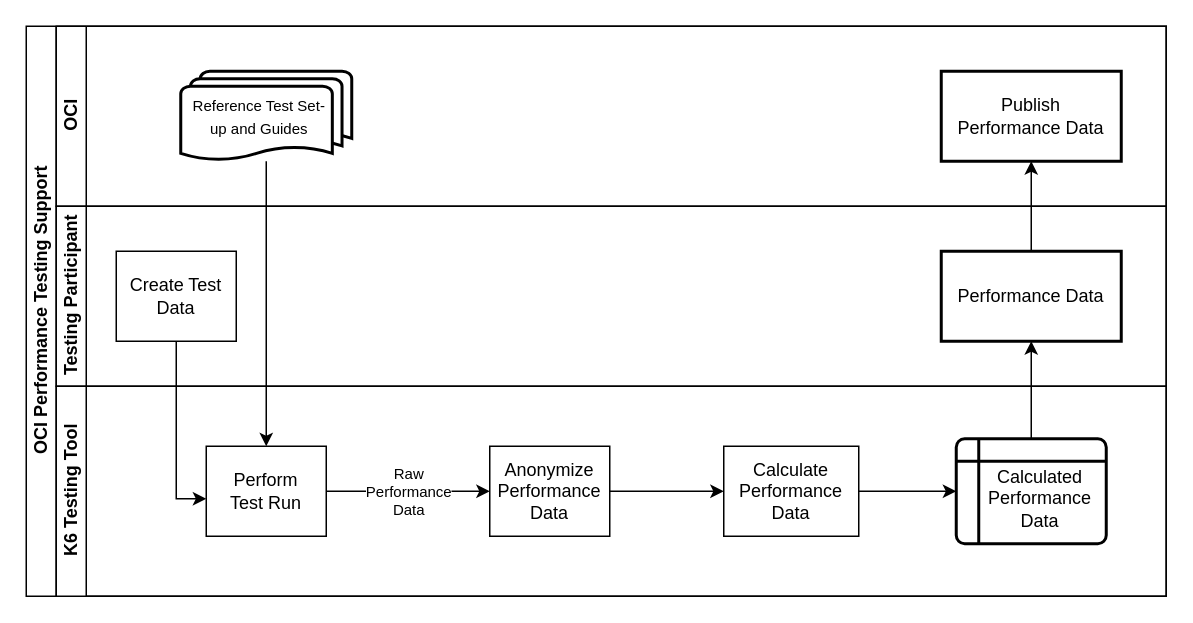
Before: content/assets/Reference Set-up for Performance Testing.drawio in Open-Credentialing-Initiative/OCI-Governance, a draw.io diagram. Source tidied: cells renumbered, new cells numbered last; positions are measured from the earlier drawing's top-left corner, leaving out a move shared by most shapes. Both pictures are drawn from the tidied source at 150%, with x=0, y=0 at pixel (26, 26).
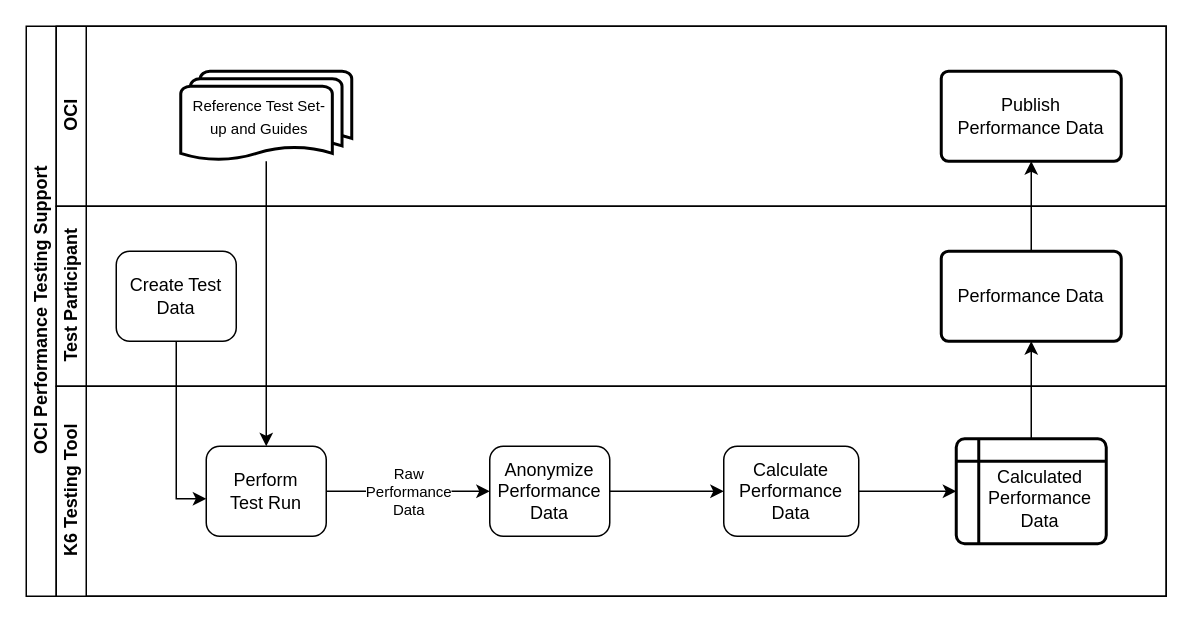
The same page after the edit.

The change refers to these unchanged cells:
```xml
<mxCell id="2" value="OCI Performance Testing Support" style="swimlane;html=1;horizontal=0;startSize=20;" parent="1" vertex="1">
  <mxGeometry width="760" height="380" as="geometry" />
</mxCell>
<mxCell id="3" value="OCI" style="swimlane;html=1;startSize=20;horizontal=0;" parent="2" vertex="1">
  <mxGeometry x="20" width="740" height="120" as="geometry" />
</mxCell>
<mxCell id="9" value="K6 Testing Tool" style="swimlane;html=1;startSize=20;horizontal=0;" parent="2" vertex="1">
  <mxGeometry x="20" y="240" width="740" height="140" as="geometry" />
</mxCell>
```

Diff of the diagram source:
```diff
@@
-    <mxCell id="5" value="Publish&lt;div&gt;Performance Data&lt;/div&gt;" style="whiteSpace=wrap;html=1;rounded=0;arcSize=8;strokeWidth=2;spacingLeft=0;spacingTop=0;" parent="3" vertex="1">
+    <mxCell id="5" value="Publish&lt;div&gt;Performance Data&lt;/div&gt;" style="whiteSpace=wrap;html=1;rounded=1;arcSize=8;strokeWidth=2;spacingLeft=0;spacingTop=0;" parent="3" vertex="1">
       <mxGeometry x="590" y="30" width="120" height="60" as="geometry" />
     </mxCell>
-    <mxCell id="6" value="Testing Participant" style="swimlane;html=1;startSize=20;horizontal=0;" parent="2" vertex="1">
+    <mxCell id="6" value="Test Participant" style="swimlane;html=1;startSize=20;horizontal=0;" parent="2" vertex="1">
       <mxGeometry x="20" y="120" width="740" height="120" as="geometry" />
     </mxCell>
-    <mxCell id="7" value="Create Test Data" style="rounded=0;whiteSpace=wrap;html=1;fontFamily=Helvetica;fontSize=12;fontColor=#000000;align=center;" parent="6" vertex="1">
+    <mxCell id="7" value="Create Test Data" style="rounded=1;whiteSpace=wrap;html=1;fontFamily=Helvetica;fontSize=12;fontColor=#000000;align=center;" parent="6" vertex="1">
       <mxGeometry x="40" y="30" width="80" height="60" as="geometry" />
     </mxCell>
-    <mxCell id="8" value="Performance Data" style="whiteSpace=wrap;html=1;rounded=0;arcSize=8;strokeWidth=2;spacingLeft=0;spacingTop=0;" parent="6" vertex="1">
+    <mxCell id="8" value="Performance Data" style="whiteSpace=wrap;html=1;rounded=1;arcSize=8;strokeWidth=2;spacingLeft=0;spacingTop=0;" parent="6" vertex="1">
       <mxGeometry x="590" y="30" width="120" height="60" as="geometry" />
     </mxCell>
@@
-    <mxCell id="11" value="Perform&lt;div&gt;Test Run&lt;/div&gt;" style="rounded=0;whiteSpace=wrap;html=1;fontFamily=Helvetica;fontSize=12;fontColor=#000000;align=center;" parent="9" vertex="1">
+    <mxCell id="11" value="Perform&lt;div&gt;Test Run&lt;/div&gt;" style="rounded=1;whiteSpace=wrap;html=1;fontFamily=Helvetica;fontSize=12;fontColor=#000000;align=center;" parent="9" vertex="1">
       <mxGeometry x="100" y="40" width="80" height="60" as="geometry" />
     </mxCell>
@@
-    <mxCell id="13" value="Anonymize Performance Data" style="rounded=0;whiteSpace=wrap;html=1;fontFamily=Helvetica;fontSize=12;fontColor=#000000;align=center;" parent="9" vertex="1">
+    <mxCell id="13" value="Anonymize Performance Data" style="rounded=1;whiteSpace=wrap;html=1;fontFamily=Helvetica;fontSize=12;fontColor=#000000;align=center;" parent="9" vertex="1">
       <mxGeometry x="289" y="40" width="80" height="60" as="geometry" />
     </mxCell>
@@
-    <mxCell id="15" value="Calculate Performance Data" style="whiteSpace=wrap;html=1;fontColor=#000000;rounded=0;" parent="9" vertex="1">
+    <mxCell id="15" value="Calculate Performance Data" style="whiteSpace=wrap;html=1;fontColor=#000000;rounded=1;" parent="9" vertex="1">
       <mxGeometry x="445" y="40" width="90" height="60" as="geometry" />
     </mxCell>
```
